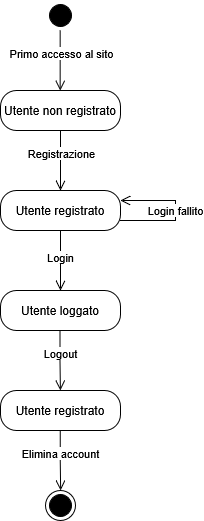
Above: state1.drawio.png in alexbnls/progetto-is (draw.io), before the change. Source tidied: cells renumbered, new cells last; positions are measured from the earlier drawing's top-left corner, leaving out a move shared by most shapes.
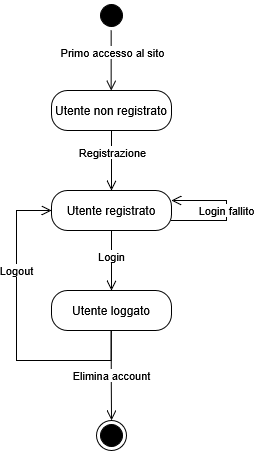
The same diagram one commit later.

The edit, as a diff of the source:
```diff
@@ -15,7 +15,7 @@
       <mxGeometry x="-0.27" y="1" relative="1" as="geometry" />
     </mxCell>
     <mxCell id="5" style="ellipse;html=1;shape=endState;fillColor=#000000;strokeColor=#000000;" parent="1" vertex="1">
-      <mxGeometry x="45" y="490" width="30" height="30" as="geometry" />
+      <mxGeometry x="45" y="420" width="30" height="30" as="geometry" />
     </mxCell>
     <mxCell id="6" value="Utente registrato" style="rounded=1;whiteSpace=wrap;html=1;arcSize=40;" parent="1" vertex="1">
       <mxGeometry y="190" width="120" height="40" as="geometry" />
@@ -31,15 +31,19 @@
     <mxCell id="9" value="&lt;div&gt;Utente loggato&lt;/div&gt;" style="rounded=1;whiteSpace=wrap;html=1;arcSize=40;" parent="1" vertex="1">
       <mxGeometry y="290" width="120" height="40" as="geometry" />
     </mxCell>
-    <mxCell id="10" style="edgeStyle=orthogonalEdgeStyle;html=1;verticalAlign=bottom;endArrow=open;endSize=8;rounded=0;" parent="1" edge="1">
+    <mxCell id="10" style="edgeStyle=orthogonalEdgeStyle;html=1;verticalAlign=bottom;endArrow=open;endSize=8;rounded=0;entryX=0;entryY=0.5;entryDx=0;entryDy=0;" parent="1" edge="1" target="6">
       <mxGeometry relative="1" as="geometry">
         <mxPoint x="59.6" y="330" as="sourcePoint" />
-        <mxPoint x="60" y="390" as="targetPoint" />
+        <Array as="points">
+          <mxPoint x="60" y="360" />
+          <mxPoint x="-35" y="360" />
+          <mxPoint x="-35" y="210" />
+        </Array>
       </mxGeometry>
     </mxCell>
     <mxCell id="11" value="Logout" style="edgeLabel;html=1;align=center;verticalAlign=middle;" parent="10" vertex="1">
       <mxGeometry x="-0.23" y="2" relative="1" as="geometry">
-        <mxPoint x="-2" as="offset" />
+        <mxPoint x="-6" y="-92" as="offset" />
       </mxGeometry>
     </mxCell>
     <mxCell id="12" value="Utente non registrato" style="rounded=1;whiteSpace=wrap;html=1;arcSize=40;" parent="1" vertex="1">
@@ -68,18 +72,14 @@
         <mxPoint y="-9" as="offset" />
       </mxGeometry>
     </mxCell>
-    <mxCell id="17" value="Utente registrato" style="rounded=1;whiteSpace=wrap;html=1;arcSize=40;" parent="1" vertex="1">
-      <mxGeometry y="390" width="120" height="40" as="geometry" />
-    </mxCell>
-    <mxCell id="18" style="edgeStyle=orthogonalEdgeStyle;html=1;verticalAlign=bottom;endArrow=open;endSize=8;rounded=0;" parent="1" edge="1">
+    <mxCell id="18" style="edgeStyle=orthogonalEdgeStyle;html=1;verticalAlign=bottom;endArrow=open;endSize=8;rounded=0;entryX=0.5;entryY=0;entryDx=0;entryDy=0;" parent="1" edge="1" target="5">
       <mxGeometry relative="1" as="geometry">
-        <mxPoint x="59.8" y="430" as="sourcePoint" />
-        <mxPoint x="60.2" y="490" as="targetPoint" />
+        <mxPoint x="59.7" y="330" as="sourcePoint" />
       </mxGeometry>
     </mxCell>
     <mxCell id="19" value="Elimina account" style="edgeLabel;html=1;align=center;verticalAlign=middle;" parent="18" vertex="1">
       <mxGeometry x="-0.23" y="2" relative="1" as="geometry">
-        <mxPoint x="-2" as="offset" />
+        <mxPoint x="-2" y="10" as="offset" />
       </mxGeometry>
     </mxCell>
   </root>
```
